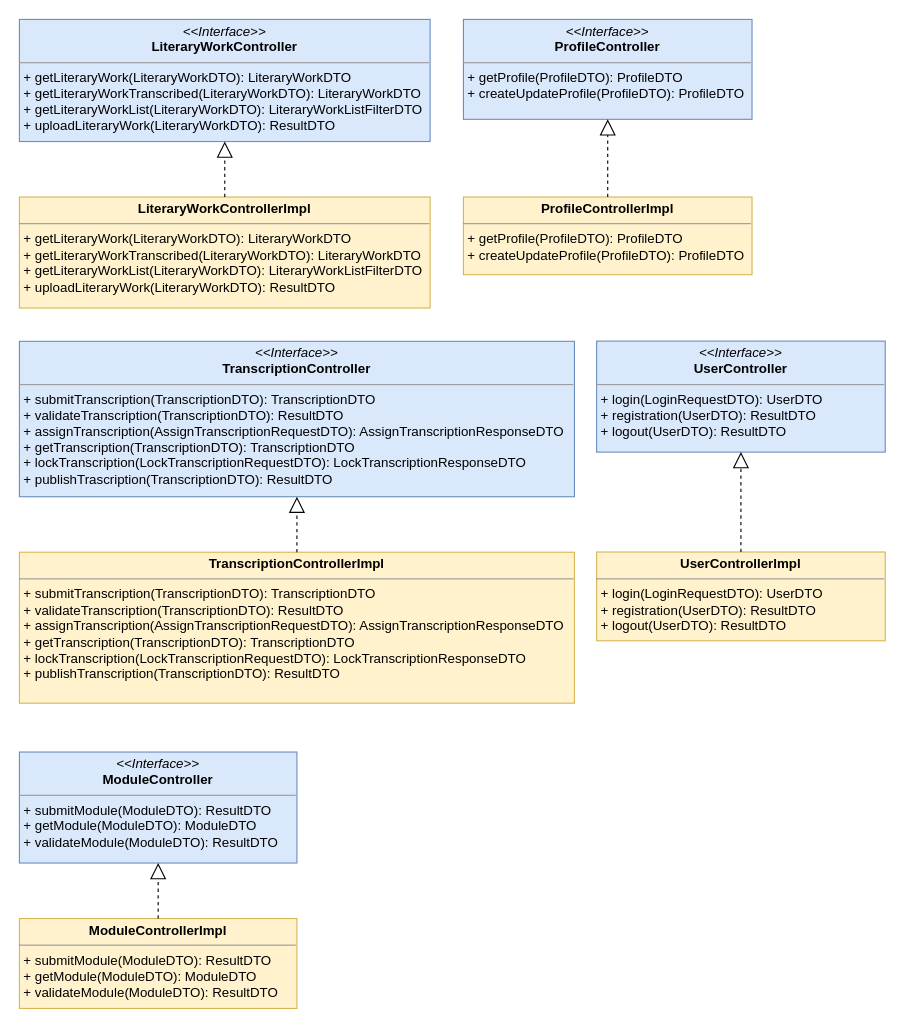
giodag/eagleLibrary keeps this draw.io diagram as doc/Models/MVC Diagrams/Controller Api Impl Relationship Package Diagram.drawio. Above is the earlier version. Source tidied: cells renumbered, new cells numbered last; positions are measured from the earlier drawing's top-left corner, leaving out a move shared by most shapes. Both pictures are drawn from the tidied source at 111%, with x=0, y=0 at pixel (19, 19).
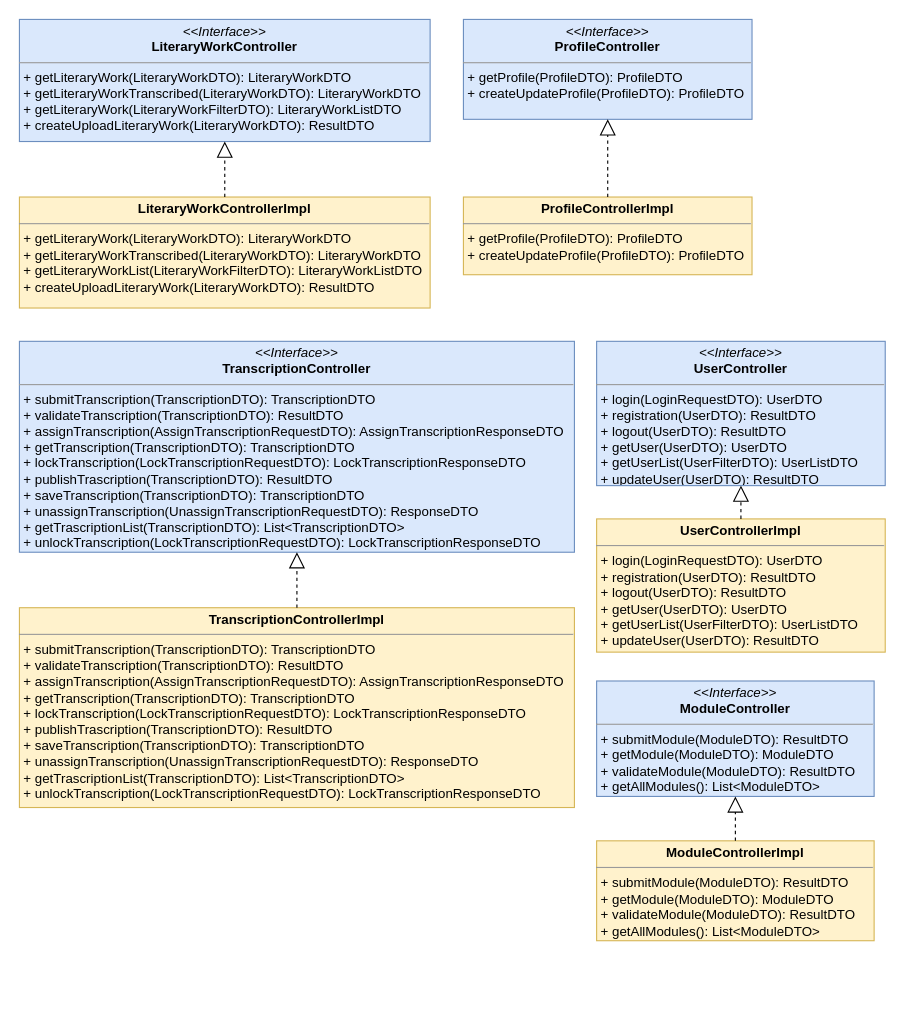
After the change.

The edit, as a diff of the source:
```diff
@@
 <mxGraphModel>
   <root>
     <mxCell id="0" />
     <mxCell id="1" parent="0" />
-    <mxCell id="2" value="&lt;p style=&quot;margin: 0px ; margin-top: 4px ; text-align: center&quot;&gt;&lt;i&gt;&amp;lt;&amp;lt;Interface&amp;gt;&amp;gt;&lt;/i&gt;&lt;br&gt;&lt;b&gt;LiteraryWorkController&lt;/b&gt;&lt;/p&gt;&lt;hr size=&quot;1&quot;&gt;&lt;p style=&quot;margin: 0px ; margin-left: 4px&quot;&gt;+ getLiteraryWork(LiteraryWorkDTO): LiteraryWorkDTO&lt;br&gt;+ getLiteraryWorkTranscribed(LiteraryWorkDTO): LiteraryWorkDTO&lt;/p&gt;&lt;p style=&quot;margin: 0px ; margin-left: 4px&quot;&gt;+ getLiteraryWorkList(LiteraryWorkDTO): LiteraryWorkListFilterDTO&lt;/p&gt;&lt;p style=&quot;margin: 0px ; margin-left: 4px&quot;&gt;+&amp;nbsp;uploadLiteraryWork(LiteraryWorkDTO):&amp;nbsp;ResultDTO&lt;/p&gt;&lt;p&gt;&lt;br&gt;&lt;/p&gt;" style="verticalAlign=top;align=left;overflow=fill;fontSize=12;fontFamily=Helvetica;html=1;fillColor=#dae8fc;strokeColor=#6c8ebf;" parent="1" vertex="1">
+    <mxCell id="2" value="&lt;p style=&quot;margin: 0px ; margin-top: 4px ; text-align: center&quot;&gt;&lt;i&gt;&amp;lt;&amp;lt;Interface&amp;gt;&amp;gt;&lt;/i&gt;&lt;br&gt;&lt;b&gt;LiteraryWorkController&lt;/b&gt;&lt;/p&gt;&lt;hr size=&quot;1&quot;&gt;&lt;p style=&quot;margin: 0px 0px 0px 4px&quot;&gt;+ getLiteraryWork(LiteraryWorkDTO): LiteraryWorkDTO&lt;br&gt;+ getLiteraryWorkTranscribed(LiteraryWorkDTO): LiteraryWorkDTO&lt;/p&gt;&lt;p style=&quot;margin: 0px 0px 0px 4px&quot;&gt;+ getLiteraryWork(LiteraryWorkFilterDTO): LiteraryWorkListDTO&lt;/p&gt;&lt;p style=&quot;margin: 0px 0px 0px 4px&quot;&gt;+ createUploadLiteraryWork(LiteraryWorkDTO):&amp;nbsp;ResultDTO&lt;/p&gt;&lt;p&gt;&lt;br&gt;&lt;/p&gt;&lt;p&gt;&lt;br&gt;&lt;/p&gt;" style="verticalAlign=top;align=left;overflow=fill;fontSize=12;fontFamily=Helvetica;html=1;fillColor=#dae8fc;strokeColor=#6c8ebf;" parent="1" vertex="1">
       <mxGeometry width="370" height="110" as="geometry" />
     </mxCell>
-    <mxCell id="3" value="&lt;p style=&quot;margin: 0px ; margin-top: 4px ; text-align: center&quot;&gt;&lt;b&gt;LiteraryWorkControllerImpl&lt;/b&gt;&lt;/p&gt;&lt;hr size=&quot;1&quot;&gt;&lt;p style=&quot;margin: 0px ; margin-left: 4px&quot;&gt;&lt;span&gt;+ getLiteraryWork(LiteraryWorkDTO): LiteraryWorkDTO&lt;/span&gt;&lt;/p&gt;&lt;p style=&quot;margin: 0px ; margin-left: 4px&quot;&gt;+ getLiteraryWorkTranscribed(LiteraryWorkDTO): LiteraryWorkDTO&lt;span&gt;&lt;br&gt;&lt;/span&gt;&lt;/p&gt;&lt;p style=&quot;margin: 0px ; margin-left: 4px&quot;&gt;&lt;span&gt;+ getLiteraryWorkList(LiteraryWorkDTO): LiteraryWorkListFilterDTO&lt;/span&gt;&lt;/p&gt;&lt;p style=&quot;margin: 0px ; margin-left: 4px&quot;&gt;&lt;span&gt;+&amp;nbsp;uploadLiteraryWork(LiteraryWorkDTO):&amp;nbsp;ResultDTO&lt;/span&gt;&lt;/p&gt;&lt;div&gt;&lt;span&gt;&lt;br&gt;&lt;/span&gt;&lt;/div&gt;&lt;div&gt;&lt;span&gt;&lt;br&gt;&lt;/span&gt;&lt;/div&gt;&lt;p&gt;&lt;span&gt;&lt;br&gt;&lt;/span&gt;&lt;/p&gt;&lt;p&gt;&lt;span&gt;&lt;br&gt;&lt;/span&gt;&lt;/p&gt;&lt;p&gt;&lt;span&gt;&lt;br&gt;&lt;/span&gt;&lt;/p&gt;&lt;p&gt;&lt;br&gt;&lt;/p&gt;&lt;p&gt;&lt;br&gt;&lt;/p&gt;&lt;p&gt;&lt;br&gt;&lt;/p&gt;" style="verticalAlign=top;align=left;overflow=fill;fontSize=12;fontFamily=Helvetica;html=1;fillColor=#fff2cc;strokeColor=#d6b656;" parent="1" vertex="1">
+    <mxCell id="3" value="&lt;p style=&quot;margin: 0px ; margin-top: 4px ; text-align: center&quot;&gt;&lt;b&gt;LiteraryWorkControllerImpl&lt;/b&gt;&lt;/p&gt;&lt;hr size=&quot;1&quot;&gt;&lt;p style=&quot;margin: 0px 0px 0px 4px&quot;&gt;+ getLiteraryWork(LiteraryWorkDTO): LiteraryWorkDTO&lt;/p&gt;&lt;p style=&quot;margin: 0px 0px 0px 4px&quot;&gt;+ getLiteraryWorkTranscribed(LiteraryWorkDTO): LiteraryWorkDTO&lt;br&gt;&lt;/p&gt;&lt;p style=&quot;margin: 0px 0px 0px 4px&quot;&gt;+ getLiteraryWorkList(LiteraryWorkFilterDTO): LiteraryWorkListDTO&lt;/p&gt;&lt;p style=&quot;margin: 0px 0px 0px 4px&quot;&gt;+ createUploadLiteraryWork(LiteraryWorkDTO):&amp;nbsp;ResultDTO&lt;/p&gt;&lt;div&gt;&lt;span&gt;&lt;br&gt;&lt;/span&gt;&lt;/div&gt;&lt;div&gt;&lt;span&gt;&lt;br&gt;&lt;/span&gt;&lt;/div&gt;&lt;p&gt;&lt;span&gt;&lt;br&gt;&lt;/span&gt;&lt;/p&gt;&lt;p&gt;&lt;span&gt;&lt;br&gt;&lt;/span&gt;&lt;/p&gt;&lt;p&gt;&lt;span&gt;&lt;br&gt;&lt;/span&gt;&lt;/p&gt;&lt;p&gt;&lt;br&gt;&lt;/p&gt;&lt;p&gt;&lt;br&gt;&lt;/p&gt;&lt;p&gt;&lt;br&gt;&lt;/p&gt;" style="verticalAlign=top;align=left;overflow=fill;fontSize=12;fontFamily=Helvetica;html=1;fillColor=#fff2cc;strokeColor=#d6b656;" parent="1" vertex="1">
       <mxGeometry y="160" width="370" height="100" as="geometry" />
     </mxCell>
     <mxCell id="4" style="endArrow=block;dashed=1;endFill=0;endSize=12;html=1;" parent="1" edge="1" source="3" target="2">
       <mxGeometry relative="1" as="geometry" />
     </mxCell>
     <mxCell id="5" value="&lt;p style=&quot;margin: 0px ; margin-top: 4px ; text-align: center&quot;&gt;&lt;i&gt;&amp;lt;&amp;lt;Interface&amp;gt;&amp;gt;&lt;/i&gt;&lt;br&gt;&lt;b&gt;ProfileController&lt;/b&gt;&lt;/p&gt;&lt;hr size=&quot;1&quot;&gt;&lt;p style=&quot;margin: 0px ; margin-left: 4px&quot;&gt;+ getProfile(ProfileDTO): ProfileDTO&lt;br&gt;+ createUpdateProfile(ProfileDTO): ProfileDTO&lt;/p&gt;&lt;p&gt;&lt;br&gt;&lt;/p&gt;" style="verticalAlign=top;align=left;overflow=fill;fontSize=12;fontFamily=Helvetica;html=1;fillColor=#dae8fc;strokeColor=#6c8ebf;" parent="1" vertex="1">
       <mxGeometry x="400" width="260" height="90" as="geometry" />
     </mxCell>
     <mxCell id="6" value="&lt;p style=&quot;margin: 0px ; margin-top: 4px ; text-align: center&quot;&gt;&lt;b&gt;ProfileControllerImpl&lt;/b&gt;&lt;/p&gt;&lt;hr size=&quot;1&quot;&gt;&lt;p style=&quot;margin: 0px ; margin-left: 4px&quot;&gt;+ getProfile(ProfileDTO): ProfileDTO&lt;br&gt;+ createUpdateProfile(ProfileDTO): ProfileDTO&lt;/p&gt;&lt;div&gt;&lt;span&gt;&lt;br&gt;&lt;/span&gt;&lt;/div&gt;&lt;div&gt;&lt;span&gt;&lt;br&gt;&lt;/span&gt;&lt;/div&gt;&lt;p&gt;&lt;span&gt;&lt;br&gt;&lt;/span&gt;&lt;/p&gt;&lt;p&gt;&lt;span&gt;&lt;br&gt;&lt;/span&gt;&lt;/p&gt;&lt;p&gt;&lt;span&gt;&lt;br&gt;&lt;/span&gt;&lt;/p&gt;&lt;p&gt;&lt;br&gt;&lt;/p&gt;&lt;p&gt;&lt;br&gt;&lt;/p&gt;&lt;p&gt;&lt;br&gt;&lt;/p&gt;" style="verticalAlign=top;align=left;overflow=fill;fontSize=12;fontFamily=Helvetica;html=1;fillColor=#fff2cc;strokeColor=#d6b656;" parent="1" vertex="1">
       <mxGeometry x="400" y="160" width="260" height="70" as="geometry" />
     </mxCell>
     <mxCell id="7" style="endArrow=block;dashed=1;endFill=0;endSize=12;html=1;" parent="1" edge="1" source="6" target="5">
       <mxGeometry relative="1" as="geometry" />
     </mxCell>
-    <mxCell id="8" value="&lt;p style=&quot;margin: 0px ; margin-top: 4px ; text-align: center&quot;&gt;&lt;i&gt;&amp;lt;&amp;lt;Interface&amp;gt;&amp;gt;&lt;/i&gt;&lt;br&gt;&lt;b&gt;TranscriptionController&lt;/b&gt;&lt;/p&gt;&lt;hr size=&quot;1&quot;&gt;&lt;p style=&quot;margin: 0px ; margin-left: 4px&quot;&gt;+ submitTranscription(TranscriptionDTO): TranscriptionDTO&lt;br&gt;+ validateTranscription(TranscriptionDTO): ResultDTO&lt;/p&gt;&lt;p style=&quot;margin: 0px ; margin-left: 4px&quot;&gt;+ assignTranscription(AssignTranscriptionRequestDTO): AssignTranscriptionResponseDTO&lt;/p&gt;&lt;p style=&quot;margin: 0px ; margin-left: 4px&quot;&gt;+&amp;nbsp;getTranscription(TranscriptionDTO): TranscriptionDTO&lt;/p&gt;&lt;p style=&quot;margin: 0px ; margin-left: 4px&quot;&gt;+&amp;nbsp;lockTranscription(LockTranscriptionRequestDTO):&amp;nbsp;LockTranscriptionResponseDTO&lt;/p&gt;&lt;p style=&quot;margin: 0px ; margin-left: 4px&quot;&gt;+&amp;nbsp;publishTrascription(TranscriptionDTO): ResultDTO&lt;/p&gt;&lt;p style=&quot;margin: 0px ; margin-left: 4px&quot;&gt;&lt;br&gt;&lt;/p&gt;&lt;p&gt;&lt;br&gt;&lt;/p&gt;&lt;p&gt;&lt;br&gt;&lt;/p&gt;&lt;p&gt;&lt;br&gt;&lt;/p&gt;&lt;p&gt;&lt;br&gt;&lt;/p&gt;" style="verticalAlign=top;align=left;overflow=fill;fontSize=12;fontFamily=Helvetica;html=1;fillColor=#dae8fc;strokeColor=#6c8ebf;" parent="1" vertex="1">
-      <mxGeometry y="290" width="500" height="140" as="geometry" />
+    <mxCell id="8" value="&lt;p style=&quot;margin: 0px ; margin-top: 4px ; text-align: center&quot;&gt;&lt;i&gt;&amp;lt;&amp;lt;Interface&amp;gt;&amp;gt;&lt;/i&gt;&lt;br&gt;&lt;b&gt;TranscriptionController&lt;/b&gt;&lt;/p&gt;&lt;hr size=&quot;1&quot;&gt;&lt;p style=&quot;margin: 0px 0px 0px 4px&quot;&gt;+ submitTranscription(TranscriptionDTO): TranscriptionDTO&lt;br&gt;+ validateTranscription(TranscriptionDTO): ResultDTO&lt;/p&gt;&lt;p style=&quot;margin: 0px 0px 0px 4px&quot;&gt;+ assignTranscription(AssignTranscriptionRequestDTO): AssignTranscriptionResponseDTO&lt;/p&gt;&lt;p style=&quot;margin: 0px 0px 0px 4px&quot;&gt;+&amp;nbsp;getTranscription(TranscriptionDTO): TranscriptionDTO&lt;/p&gt;&lt;p style=&quot;margin: 0px 0px 0px 4px&quot;&gt;+&amp;nbsp;lockTranscription(LockTranscriptionRequestDTO):&amp;nbsp;LockTranscriptionResponseDTO&lt;/p&gt;&lt;p style=&quot;margin: 0px 0px 0px 4px&quot;&gt;+&amp;nbsp;publishTrascription(TranscriptionDTO): ResultDTO&lt;/p&gt;&lt;p style=&quot;margin: 0px 0px 0px 4px&quot;&gt;+ saveTranscription(TranscriptionDTO):&amp;nbsp;TranscriptionDTO&lt;/p&gt;&lt;p style=&quot;margin: 0px 0px 0px 4px&quot;&gt;+&amp;nbsp;unassignTranscription(UnassignTranscriptionRequestDTO): ResponseDTO&lt;/p&gt;&lt;p style=&quot;margin: 0px 0px 0px 4px&quot;&gt;+&amp;nbsp;getTrascriptionList(TranscriptionDTO):&amp;nbsp;List&amp;lt;TranscriptionDTO&amp;gt;&lt;/p&gt;&lt;p style=&quot;margin: 0px 0px 0px 4px&quot;&gt;+&amp;nbsp;unlockTranscription(LockTranscriptionRequestDTO):&amp;nbsp;LockTranscriptionResponseDTO&lt;/p&gt;&lt;p style=&quot;margin: 0px ; margin-left: 4px&quot;&gt;&lt;br&gt;&lt;/p&gt;&lt;p&gt;&lt;br&gt;&lt;/p&gt;&lt;p&gt;&lt;br&gt;&lt;/p&gt;&lt;p&gt;&lt;br&gt;&lt;/p&gt;&lt;p&gt;&lt;br&gt;&lt;/p&gt;" style="verticalAlign=top;align=left;overflow=fill;fontSize=12;fontFamily=Helvetica;html=1;fillColor=#dae8fc;strokeColor=#6c8ebf;" parent="1" vertex="1">
+      <mxGeometry y="290" width="500" height="190" as="geometry" />
     </mxCell>
-    <mxCell id="9" value="&lt;p style=&quot;margin: 0px ; margin-top: 4px ; text-align: center&quot;&gt;&lt;b&gt;TranscriptionControllerImpl&lt;/b&gt;&lt;/p&gt;&lt;hr size=&quot;1&quot;&gt;&lt;p style=&quot;margin: 0px ; margin-left: 4px&quot;&gt;&lt;span&gt;+&amp;nbsp;&lt;/span&gt;submitTranscription(TranscriptionDTO)&lt;span&gt;: TranscriptionDTO&lt;/span&gt;&lt;/p&gt;&lt;p style=&quot;margin: 0px ; margin-left: 4px&quot;&gt;+ validateTranscription(TranscriptionDTO): ResultDTO&lt;span&gt;&lt;br&gt;&lt;/span&gt;&lt;/p&gt;&lt;p style=&quot;margin: 0px ; margin-left: 4px&quot;&gt;&lt;span&gt;+&amp;nbsp;&lt;/span&gt;assignTranscription(AssignTranscriptionRequestDTO): AssignTranscriptionResponse&lt;span&gt;DTO&lt;/span&gt;&lt;/p&gt;&lt;p style=&quot;margin: 0px ; margin-left: 4px&quot;&gt;&lt;span&gt;+&amp;nbsp;&lt;/span&gt;getTranscription(TranscriptionDTO): Transcription&lt;span&gt;DTO&lt;/span&gt;&lt;/p&gt;&lt;p style=&quot;margin: 0px ; margin-left: 4px&quot;&gt;&lt;span&gt;+ lockTranscription(LockTranscriptionRequestDTO&lt;/span&gt;&lt;span&gt;): LockTranscriptionResponseDTO&lt;/span&gt;&lt;/p&gt;&lt;p style=&quot;margin: 0px ; margin-left: 4px&quot;&gt;&lt;span&gt;+ publishTranscription(TranscriptionDTO): ResultDTO&lt;/span&gt;&lt;/p&gt;&lt;p&gt;&lt;span&gt;&lt;br&gt;&lt;/span&gt;&lt;/p&gt;&lt;div&gt;&lt;span&gt;&lt;br&gt;&lt;/span&gt;&lt;/div&gt;&lt;div&gt;&lt;span&gt;&lt;br&gt;&lt;/span&gt;&lt;/div&gt;&lt;p&gt;&lt;span&gt;&lt;br&gt;&lt;/span&gt;&lt;/p&gt;&lt;p&gt;&lt;span&gt;&lt;br&gt;&lt;/span&gt;&lt;/p&gt;&lt;p&gt;&lt;span&gt;&lt;br&gt;&lt;/span&gt;&lt;/p&gt;&lt;p&gt;&lt;br&gt;&lt;/p&gt;&lt;p&gt;&lt;br&gt;&lt;/p&gt;&lt;p&gt;&lt;br&gt;&lt;/p&gt;" style="verticalAlign=top;align=left;overflow=fill;fontSize=12;fontFamily=Helvetica;html=1;fillColor=#fff2cc;strokeColor=#d6b656;" parent="1" vertex="1">
-      <mxGeometry y="480" width="500" height="136" as="geometry" />
+    <mxCell id="9" value="&lt;p style=&quot;margin: 0px ; margin-top: 4px ; text-align: center&quot;&gt;&lt;b&gt;TranscriptionControllerImpl&lt;/b&gt;&lt;/p&gt;&lt;hr size=&quot;1&quot;&gt;&lt;p style=&quot;margin: 0px 0px 0px 4px&quot;&gt;+ submitTranscription(TranscriptionDTO): TranscriptionDTO&lt;br&gt;+ validateTranscription(TranscriptionDTO): ResultDTO&lt;/p&gt;&lt;p style=&quot;margin: 0px 0px 0px 4px&quot;&gt;+ assignTranscription(AssignTranscriptionRequestDTO): AssignTranscriptionResponseDTO&lt;/p&gt;&lt;p style=&quot;margin: 0px 0px 0px 4px&quot;&gt;+&amp;nbsp;getTranscription(TranscriptionDTO): TranscriptionDTO&lt;/p&gt;&lt;p style=&quot;margin: 0px 0px 0px 4px&quot;&gt;+&amp;nbsp;lockTranscription(LockTranscriptionRequestDTO):&amp;nbsp;LockTranscriptionResponseDTO&lt;/p&gt;&lt;p style=&quot;margin: 0px 0px 0px 4px&quot;&gt;+&amp;nbsp;publishTrascription(TranscriptionDTO): ResultDTO&lt;/p&gt;&lt;p style=&quot;margin: 0px 0px 0px 4px&quot;&gt;+ saveTranscription(TranscriptionDTO):&amp;nbsp;TranscriptionDTO&lt;/p&gt;&lt;p style=&quot;margin: 0px 0px 0px 4px&quot;&gt;+&amp;nbsp;unassignTranscription(UnassignTranscriptionRequestDTO): ResponseDTO&lt;/p&gt;&lt;p style=&quot;margin: 0px 0px 0px 4px&quot;&gt;+&amp;nbsp;getTrascriptionList(TranscriptionDTO):&amp;nbsp;List&amp;lt;TranscriptionDTO&amp;gt;&lt;/p&gt;&lt;p style=&quot;margin: 0px 0px 0px 4px&quot;&gt;+&amp;nbsp;unlockTranscription(LockTranscriptionRequestDTO):&amp;nbsp;LockTranscriptionResponseDTO&lt;/p&gt;&lt;p&gt;&lt;span&gt;&lt;br&gt;&lt;/span&gt;&lt;/p&gt;&lt;div&gt;&lt;span&gt;&lt;br&gt;&lt;/span&gt;&lt;/div&gt;&lt;div&gt;&lt;span&gt;&lt;br&gt;&lt;/span&gt;&lt;/div&gt;&lt;p&gt;&lt;span&gt;&lt;br&gt;&lt;/span&gt;&lt;/p&gt;&lt;p&gt;&lt;span&gt;&lt;br&gt;&lt;/span&gt;&lt;/p&gt;&lt;p&gt;&lt;span&gt;&lt;br&gt;&lt;/span&gt;&lt;/p&gt;&lt;p&gt;&lt;br&gt;&lt;/p&gt;&lt;p&gt;&lt;br&gt;&lt;/p&gt;&lt;p&gt;&lt;br&gt;&lt;/p&gt;" style="verticalAlign=top;align=left;overflow=fill;fontSize=12;fontFamily=Helvetica;html=1;fillColor=#fff2cc;strokeColor=#d6b656;" parent="1" vertex="1">
+      <mxGeometry y="530" width="500" height="180" as="geometry" />
     </mxCell>
     <mxCell id="10" style="endArrow=block;dashed=1;endFill=0;endSize=12;html=1;" parent="1" edge="1" source="9" target="8">
       <mxGeometry relative="1" as="geometry" />
     </mxCell>
-    <mxCell id="11" value="&lt;p style=&quot;margin: 0px ; margin-top: 4px ; text-align: center&quot;&gt;&lt;i&gt;&amp;lt;&amp;lt;Interface&amp;gt;&amp;gt;&lt;/i&gt;&lt;br&gt;&lt;b&gt;ModuleController&lt;/b&gt;&lt;/p&gt;&lt;hr size=&quot;1&quot;&gt;&lt;p style=&quot;margin: 0px ; margin-left: 4px&quot;&gt;+ submitModule(ModuleDTO):&amp;nbsp;ResultDTO&lt;br&gt;+ getModule(ModuleDTO): ModuleDTO&lt;/p&gt;&lt;p style=&quot;margin: 0px ; margin-left: 4px&quot;&gt;+ validateModule(ModuleDTO): ResultDTO&lt;/p&gt;&lt;p&gt;&lt;br&gt;&lt;/p&gt;" style="verticalAlign=top;align=left;overflow=fill;fontSize=12;fontFamily=Helvetica;html=1;fillColor=#dae8fc;strokeColor=#6c8ebf;" parent="1" vertex="1">
-      <mxGeometry y="660" width="250" height="100" as="geometry" />
+    <mxCell id="11" value="&lt;p style=&quot;margin: 0px ; margin-top: 4px ; text-align: center&quot;&gt;&lt;i&gt;&amp;lt;&amp;lt;Interface&amp;gt;&amp;gt;&lt;/i&gt;&lt;br&gt;&lt;b&gt;ModuleController&lt;/b&gt;&lt;/p&gt;&lt;hr size=&quot;1&quot;&gt;&lt;p style=&quot;margin: 0px 0px 0px 4px&quot;&gt;+ submitModule(ModuleDTO):&amp;nbsp;ResultDTO&lt;br&gt;+ getModule(ModuleDTO): ModuleDTO&lt;/p&gt;&lt;p style=&quot;margin: 0px 0px 0px 4px&quot;&gt;+ validateModule(ModuleDTO): ResultDTO&lt;/p&gt;&lt;p style=&quot;margin: 0px 0px 0px 4px&quot;&gt;+ getAllModules():&amp;nbsp;List&amp;lt;ModuleDTO&amp;gt;&lt;/p&gt;&lt;p&gt;&lt;br&gt;&lt;/p&gt;" style="verticalAlign=top;align=left;overflow=fill;fontSize=12;fontFamily=Helvetica;html=1;fillColor=#dae8fc;strokeColor=#6c8ebf;" parent="1" vertex="1">
+      <mxGeometry x="520" y="596" width="250" height="104" as="geometry" />
     </mxCell>
-    <mxCell id="12" value="&lt;p style=&quot;margin: 0px ; margin-top: 4px ; text-align: center&quot;&gt;&lt;b&gt;ModuleControllerImpl&lt;/b&gt;&lt;/p&gt;&lt;hr size=&quot;1&quot;&gt;&lt;p style=&quot;margin: 0px ; margin-left: 4px&quot;&gt;&lt;span&gt;+ submitModule(ModuleDTO): ResultDTO&lt;/span&gt;&lt;/p&gt;&lt;p style=&quot;margin: 0px ; margin-left: 4px&quot;&gt;&lt;span&gt;+ getModule(ModuleDTO): ModuleDTO&lt;/span&gt;&lt;/p&gt;&lt;p style=&quot;margin: 0px ; margin-left: 4px&quot;&gt;&lt;span&gt;+ validateModule(ModuleDTO): ResultDTO&lt;/span&gt;&lt;/p&gt;&lt;div&gt;&lt;span&gt;&lt;br&gt;&lt;/span&gt;&lt;/div&gt;&lt;div&gt;&lt;span&gt;&lt;br&gt;&lt;/span&gt;&lt;/div&gt;&lt;p&gt;&lt;span&gt;&lt;br&gt;&lt;/span&gt;&lt;/p&gt;&lt;p&gt;&lt;span&gt;&lt;br&gt;&lt;/span&gt;&lt;/p&gt;&lt;p&gt;&lt;span&gt;&lt;br&gt;&lt;/span&gt;&lt;/p&gt;&lt;p&gt;&lt;br&gt;&lt;/p&gt;&lt;p&gt;&lt;br&gt;&lt;/p&gt;&lt;p&gt;&lt;br&gt;&lt;/p&gt;" style="verticalAlign=top;align=left;overflow=fill;fontSize=12;fontFamily=Helvetica;html=1;fillColor=#fff2cc;strokeColor=#d6b656;" parent="1" vertex="1">
-      <mxGeometry y="810" width="250" height="81" as="geometry" />
+    <mxCell id="12" value="&lt;p style=&quot;margin: 0px ; margin-top: 4px ; text-align: center&quot;&gt;&lt;b&gt;ModuleControllerImpl&lt;/b&gt;&lt;/p&gt;&lt;hr size=&quot;1&quot;&gt;&lt;p style=&quot;margin: 0px 0px 0px 4px&quot;&gt;+ submitModule(ModuleDTO): ResultDTO&lt;/p&gt;&lt;p style=&quot;margin: 0px 0px 0px 4px&quot;&gt;+ getModule(ModuleDTO): ModuleDTO&lt;/p&gt;&lt;p style=&quot;margin: 0px 0px 0px 4px&quot;&gt;+ validateModule(ModuleDTO): ResultDTO&lt;/p&gt;&lt;p style=&quot;margin: 0px 0px 0px 4px&quot;&gt;+ getAllModules(): List&amp;lt;ModuleDTO&amp;gt;&lt;/p&gt;&lt;div&gt;&lt;span&gt;&lt;br&gt;&lt;/span&gt;&lt;/div&gt;&lt;p&gt;&lt;span&gt;&lt;br&gt;&lt;/span&gt;&lt;/p&gt;&lt;p&gt;&lt;span&gt;&lt;br&gt;&lt;/span&gt;&lt;/p&gt;&lt;p&gt;&lt;span&gt;&lt;br&gt;&lt;/span&gt;&lt;/p&gt;&lt;p&gt;&lt;br&gt;&lt;/p&gt;&lt;p&gt;&lt;br&gt;&lt;/p&gt;&lt;p&gt;&lt;br&gt;&lt;/p&gt;" style="verticalAlign=top;align=left;overflow=fill;fontSize=12;fontFamily=Helvetica;html=1;fillColor=#fff2cc;strokeColor=#d6b656;" parent="1" vertex="1">
+      <mxGeometry x="520" y="740" width="250" height="90" as="geometry" />
     </mxCell>
     <mxCell id="13" style="endArrow=block;dashed=1;endFill=0;endSize=12;html=1;" parent="1" edge="1" source="12" target="11">
       <mxGeometry relative="1" as="geometry" />
     </mxCell>
-    <mxCell id="14" value="&lt;p style=&quot;margin: 0px ; margin-top: 4px ; text-align: center&quot;&gt;&lt;i&gt;&amp;lt;&amp;lt;Interface&amp;gt;&amp;gt;&lt;/i&gt;&lt;br&gt;&lt;b&gt;UserController&lt;/b&gt;&lt;/p&gt;&lt;hr size=&quot;1&quot;&gt;&lt;p style=&quot;margin: 0px ; margin-left: 4px&quot;&gt;+ login(LoginRequestDTO): UserDTO&lt;br&gt;+ registration(UserDTO): ResultDTO&lt;/p&gt;&lt;p style=&quot;margin: 0px ; margin-left: 4px&quot;&gt;+ logout(UserDTO): ResultDTO&lt;/p&gt;&lt;p&gt;&lt;br&gt;&lt;/p&gt;" style="verticalAlign=top;align=left;overflow=fill;fontSize=12;fontFamily=Helvetica;html=1;fillColor=#dae8fc;strokeColor=#6c8ebf;" parent="1" vertex="1">
-      <mxGeometry x="520" y="289.8" width="260" height="100" as="geometry" />
+    <mxCell id="14" value="&lt;p style=&quot;margin: 0px ; margin-top: 4px ; text-align: center&quot;&gt;&lt;i&gt;&amp;lt;&amp;lt;Interface&amp;gt;&amp;gt;&lt;/i&gt;&lt;br&gt;&lt;b&gt;UserController&lt;/b&gt;&lt;/p&gt;&lt;hr size=&quot;1&quot;&gt;&lt;p style=&quot;margin: 0px 0px 0px 4px&quot;&gt;+ login(LoginRequestDTO): UserDTO&lt;br&gt;+ registration(UserDTO): ResultDTO&lt;/p&gt;&lt;p style=&quot;margin: 0px 0px 0px 4px&quot;&gt;+ logout(UserDTO): ResultDTO&lt;/p&gt;&lt;p style=&quot;margin: 0px 0px 0px 4px&quot;&gt;+&amp;nbsp;getUser(UserDTO):&amp;nbsp;UserDTO&lt;/p&gt;&lt;p style=&quot;margin: 0px 0px 0px 4px&quot;&gt;+ getUserList(UserFilterDTO):&amp;nbsp;UserListDTO&lt;/p&gt;&lt;p style=&quot;margin: 0px 0px 0px 4px&quot;&gt;+ updateUser(UserDTO):&amp;nbsp;ResultDTO&lt;/p&gt;&lt;p&gt;&lt;br&gt;&lt;/p&gt;" style="verticalAlign=top;align=left;overflow=fill;fontSize=12;fontFamily=Helvetica;html=1;fillColor=#dae8fc;strokeColor=#6c8ebf;" parent="1" vertex="1">
+      <mxGeometry x="520" y="290" width="260" height="130" as="geometry" />
     </mxCell>
-    <mxCell id="15" value="&lt;p style=&quot;margin: 0px ; margin-top: 4px ; text-align: center&quot;&gt;&lt;b&gt;UserControllerImpl&lt;/b&gt;&lt;/p&gt;&lt;hr size=&quot;1&quot;&gt;&lt;p style=&quot;margin: 0px ; margin-left: 4px&quot;&gt;&lt;span&gt;+ login(&lt;/span&gt;LoginRequestDTO&lt;span&gt;): UserDTO&lt;/span&gt;&lt;/p&gt;&lt;p style=&quot;margin: 0px ; margin-left: 4px&quot;&gt;&lt;span&gt;+ registration(UserDTO): ResultDTO&lt;/span&gt;&lt;/p&gt;&lt;p style=&quot;margin: 0px ; margin-left: 4px&quot;&gt;&lt;span&gt;+ logout(UserDTO): ResultDTO&lt;/span&gt;&lt;/p&gt;&lt;div&gt;&lt;span&gt;&lt;br&gt;&lt;/span&gt;&lt;/div&gt;&lt;div&gt;&lt;span&gt;&lt;br&gt;&lt;/span&gt;&lt;/div&gt;&lt;p&gt;&lt;span&gt;&lt;br&gt;&lt;/span&gt;&lt;/p&gt;&lt;p&gt;&lt;span&gt;&lt;br&gt;&lt;/span&gt;&lt;/p&gt;&lt;p&gt;&lt;span&gt;&lt;br&gt;&lt;/span&gt;&lt;/p&gt;&lt;p&gt;&lt;br&gt;&lt;/p&gt;&lt;p&gt;&lt;br&gt;&lt;/p&gt;&lt;p&gt;&lt;br&gt;&lt;/p&gt;" style="verticalAlign=top;align=left;overflow=fill;fontSize=12;fontFamily=Helvetica;html=1;fillColor=#fff2cc;strokeColor=#d6b656;" parent="1" vertex="1">
-      <mxGeometry x="520" y="479.8" width="260" height="80" as="geometry" />
+    <mxCell id="15" value="&lt;p style=&quot;margin: 0px ; margin-top: 4px ; text-align: center&quot;&gt;&lt;b&gt;UserControllerImpl&lt;/b&gt;&lt;/p&gt;&lt;hr size=&quot;1&quot;&gt;&lt;p style=&quot;margin: 0px 0px 0px 4px&quot;&gt;+ login(LoginRequestDTO): UserDTO&lt;br&gt;+ registration(UserDTO): ResultDTO&lt;/p&gt;&lt;p style=&quot;margin: 0px 0px 0px 4px&quot;&gt;+ logout(UserDTO): ResultDTO&lt;/p&gt;&lt;p style=&quot;margin: 0px 0px 0px 4px&quot;&gt;+&amp;nbsp;getUser(UserDTO):&amp;nbsp;UserDTO&lt;/p&gt;&lt;p style=&quot;margin: 0px 0px 0px 4px&quot;&gt;+ getUserList(UserFilterDTO):&amp;nbsp;UserListDTO&lt;/p&gt;&lt;p style=&quot;margin: 0px 0px 0px 4px&quot;&gt;+ updateUser(UserDTO):&amp;nbsp;ResultDTO&lt;/p&gt;&lt;div&gt;&lt;span&gt;&lt;br&gt;&lt;/span&gt;&lt;/div&gt;&lt;p&gt;&lt;span&gt;&lt;br&gt;&lt;/span&gt;&lt;/p&gt;&lt;p&gt;&lt;span&gt;&lt;br&gt;&lt;/span&gt;&lt;/p&gt;&lt;p&gt;&lt;span&gt;&lt;br&gt;&lt;/span&gt;&lt;/p&gt;&lt;p&gt;&lt;br&gt;&lt;/p&gt;&lt;p&gt;&lt;br&gt;&lt;/p&gt;&lt;p&gt;&lt;br&gt;&lt;/p&gt;" style="verticalAlign=top;align=left;overflow=fill;fontSize=12;fontFamily=Helvetica;html=1;fillColor=#fff2cc;strokeColor=#d6b656;" parent="1" vertex="1">
+      <mxGeometry x="520" y="450" width="260" height="120" as="geometry" />
     </mxCell>
     <mxCell id="16" style="endArrow=block;dashed=1;endFill=0;endSize=12;html=1;" parent="1" edge="1" source="15" target="14">
       <mxGeometry relative="1" as="geometry" />
     </mxCell>
   </root>
 </mxGraphModel>
```
